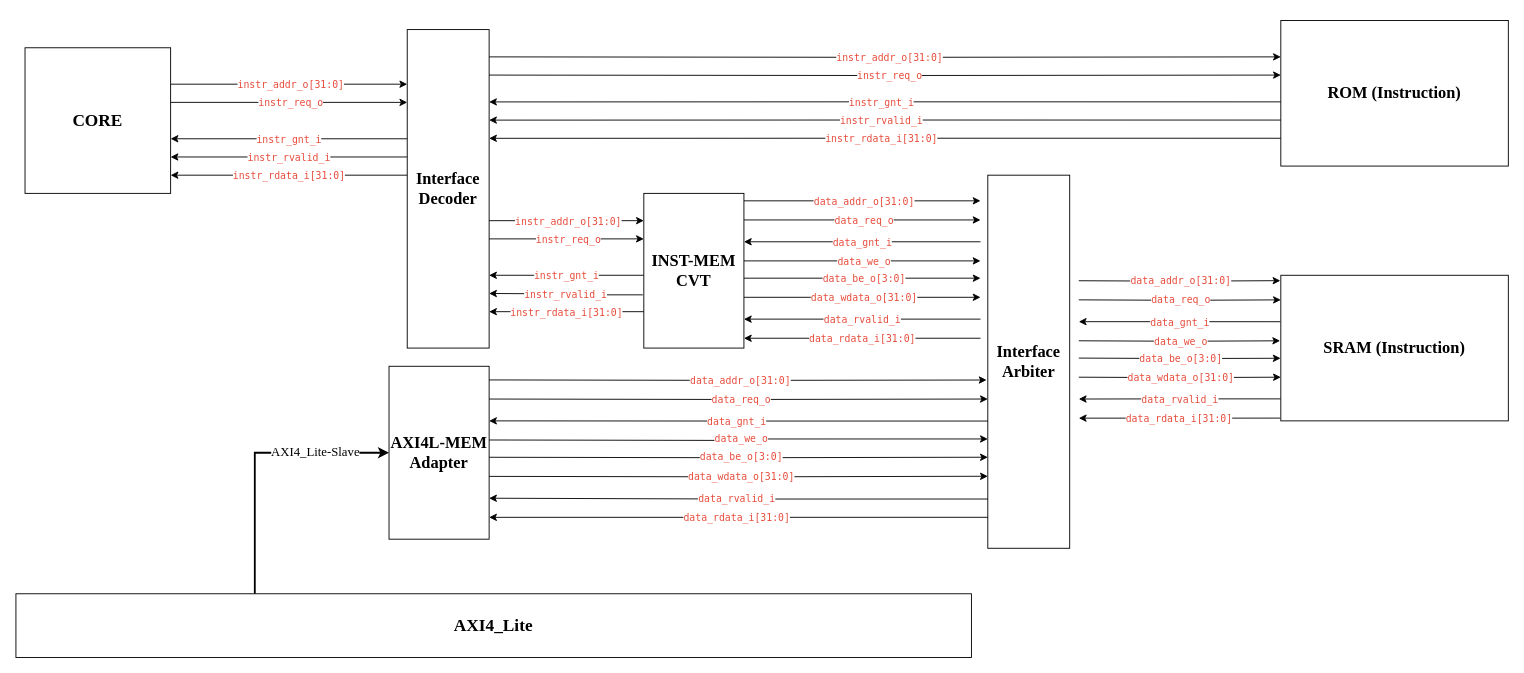
The draw.io diagram page "instruction_interface" (5 of 6) of tasarımlar/YONGA-TASARIM.drawio in YEDITEPE-Sayisal-Tasarim-Toplulugu/7Yonga, before the edit. Source tidied: cells renumbered, new cells numbered last; positions are measured from the earlier drawing's top-left corner, leaving out a move shared by most shapes. Both pictures are drawn from the tidied source at 91%, with x=0, y=0 at pixel (15, 20).
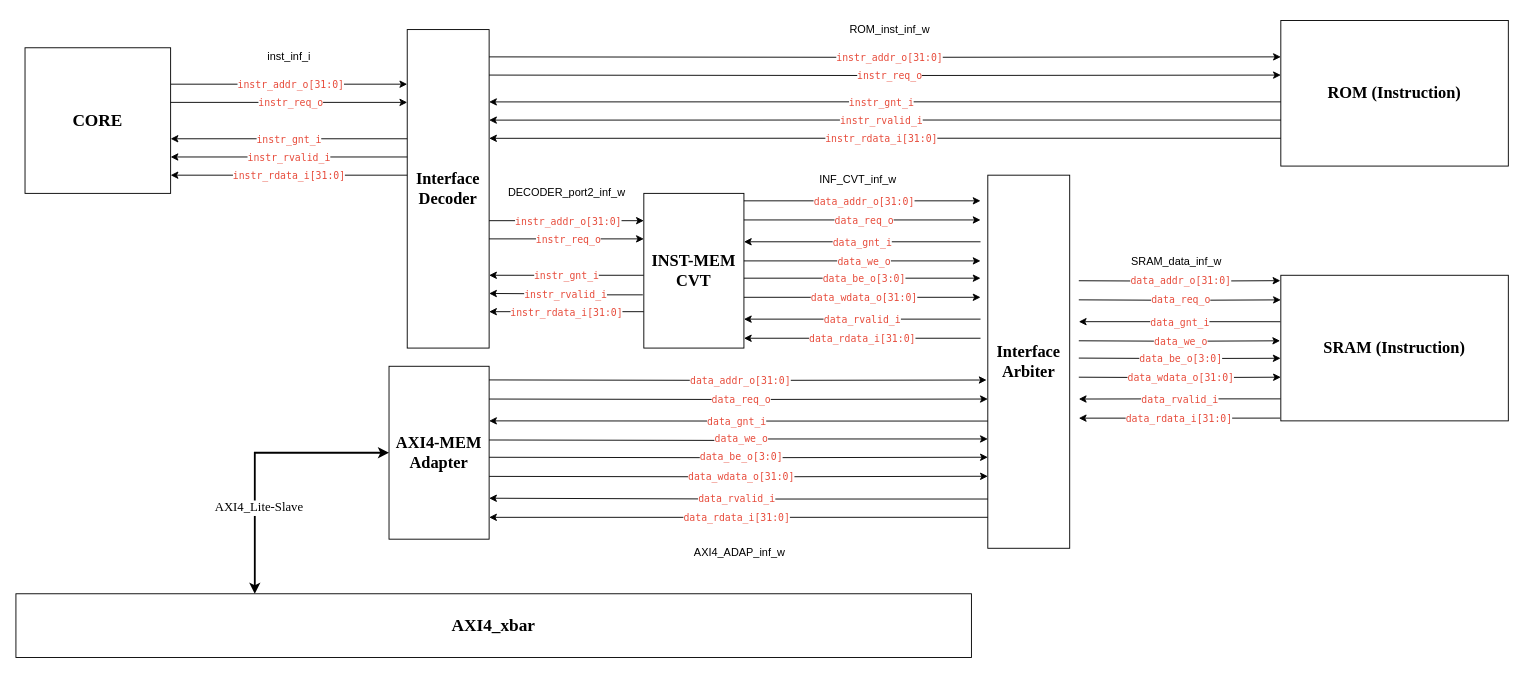
The same page after the edit.

What changed in the source:
```diff
@@
-    <mxCell id="9" style="edgeStyle=orthogonalEdgeStyle;rounded=0;jettySize=auto;html=1;exitX=0.25;exitY=0;exitDx=0;exitDy=0;entryX=0;entryY=0.5;entryDx=0;entryDy=0;strokeWidth=2;" parent="1" edge="1" source="11" target="40">
+    <mxCell id="9" style="edgeStyle=orthogonalEdgeStyle;rounded=0;jettySize=auto;html=1;exitX=0.25;exitY=0;exitDx=0;exitDy=0;entryX=0;entryY=0.5;entryDx=0;entryDy=0;strokeWidth=2;startArrow=classic;startFill=1;" parent="1" edge="1" source="11" target="40">
       <mxGeometry relative="1" as="geometry">
         <Array as="points">
           <mxPoint x="263" y="475" />
         </Array>
       </mxGeometry>
     </mxCell>
     <mxCell id="10" value="AXI4_Lite-Slave" style="edgeLabel;html=1;align=center;verticalAlign=middle;fontFamily=Times New Roman;fontSize=14;" parent="9" vertex="1">
       <mxGeometry x="0.46" y="-1" relative="1" as="geometry">
-        <mxPoint y="-2" as="offset" />
+        <mxPoint x="-62" y="59" as="offset" />
       </mxGeometry>
     </mxCell>
-    <mxCell id="11" value="AXI4_Lite" style="rounded=0;whiteSpace=wrap;html=1;fontSize=19;fontFamily=Times New Roman;fontStyle=1;" parent="1" vertex="1">
+    <mxCell id="11" value="AXI4_xbar" style="rounded=0;whiteSpace=wrap;html=1;fontSize=19;fontFamily=Times New Roman;fontStyle=1;" parent="1" vertex="1">
       <mxGeometry y="630" width="1050" height="70" as="geometry" />
     </mxCell>
@@
-    <mxCell id="40" value="AXI4L-MEM&lt;div&gt;Adapter&lt;/div&gt;" style="rounded=0;whiteSpace=wrap;html=1;fontSize=18;fontFamily=Times New Roman;fontStyle=1;" parent="1" vertex="1">
+    <mxCell id="40" value="AXI4-MEM&lt;div&gt;Adapter&lt;/div&gt;" style="rounded=0;whiteSpace=wrap;html=1;fontSize=18;fontFamily=Times New Roman;fontStyle=1;" parent="1" vertex="1">
       <mxGeometry x="410" y="380" width="110" height="190" as="geometry" />
     </mxCell>
@@
+    <mxCell id="90" value="DECODER_port2_inf_w" style="text;html=1;align=center;verticalAlign=middle;strokeColor=none;fillColor=none;" parent="1" vertex="1">
+      <mxGeometry x="530" y="174" width="150" height="30" as="geometry" />
+    </mxCell>
+    <mxCell id="91" value="ROM_inst_inf_w" style="text;html=1;align=center;verticalAlign=middle;strokeColor=none;fillColor=none;" parent="1" vertex="1">
+      <mxGeometry x="905" y="-5" width="110" height="30" as="geometry" />
+    </mxCell>
+    <mxCell id="92" value="inst_inf_i" style="text;html=1;align=center;verticalAlign=middle;strokeColor=none;fillColor=none;" parent="1" vertex="1">
+      <mxGeometry x="265" y="25" width="70" height="30" as="geometry" />
+    </mxCell>
+    <mxCell id="93" value="INF_CVT_inf_w" style="text;html=1;align=center;verticalAlign=middle;strokeColor=none;fillColor=none;" parent="1" vertex="1">
+      <mxGeometry x="870" y="160" width="110" height="30" as="geometry" />
+    </mxCell>
+    <mxCell id="94" value="SRAM_data_inf_w" style="text;html=1;align=center;verticalAlign=middle;strokeColor=none;fillColor=none;" parent="1" vertex="1">
+      <mxGeometry x="1215" y="250" width="120" height="30" as="geometry" />
+    </mxCell>
+    <mxCell id="95" value="AXI4_ADAP_inf_w" style="text;html=1;align=center;verticalAlign=middle;strokeColor=none;fillColor=none;" parent="1" vertex="1">
+      <mxGeometry x="735" y="570" width="120" height="30" as="geometry" />
+    </mxCell>
```
